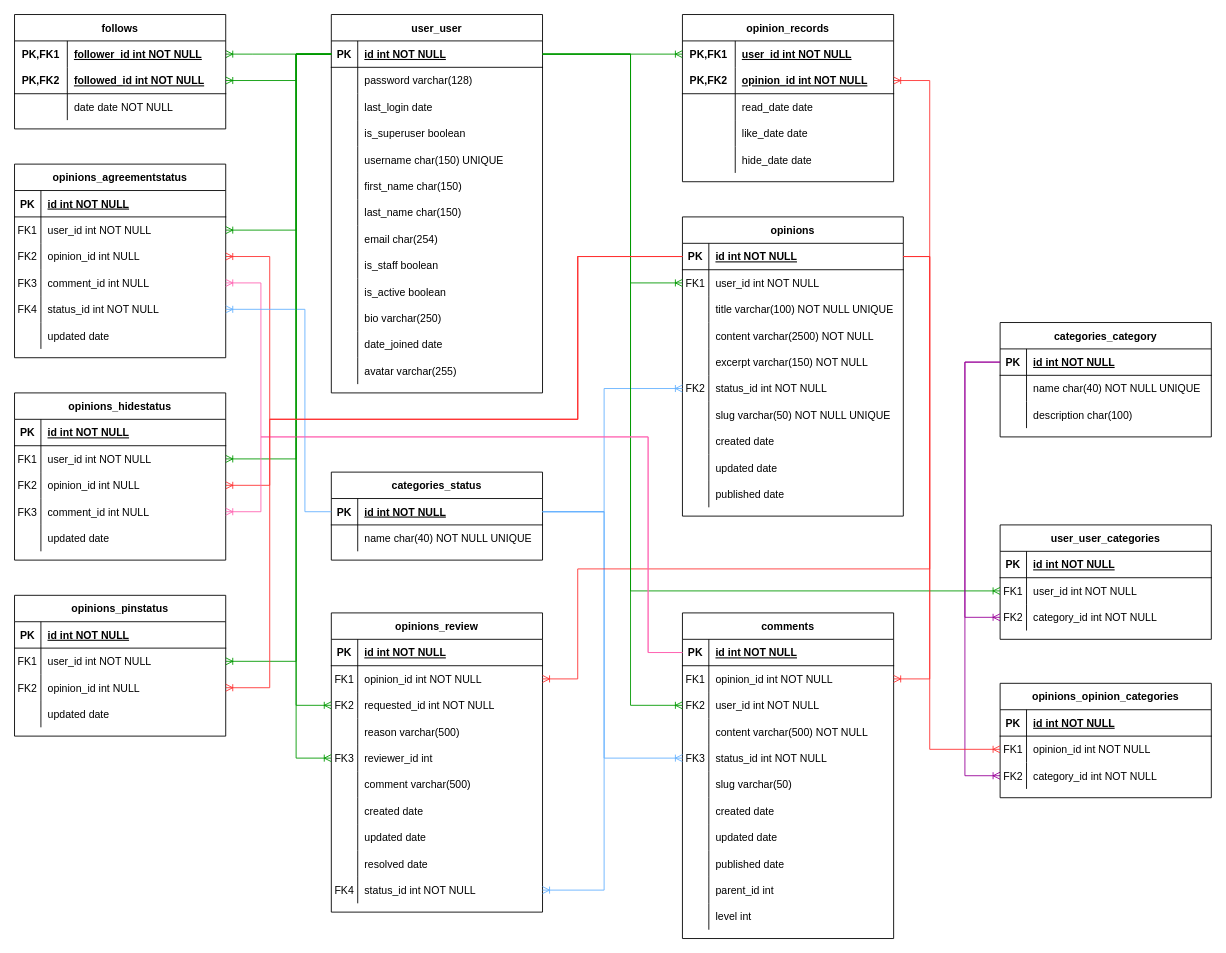
This is page "database-schema" (1 of 14) of doc/design/soapbox.drawio from ibuttimer/soapbox, a draw.io file, before an edit. Source tidied: cells renumbered, new cells numbered last; positions are measured from the earlier drawing's top-left corner, leaving out a move shared by most shapes. Both pictures are drawn from the tidied source at 88%, with x=0, y=0 at pixel (14, 14).
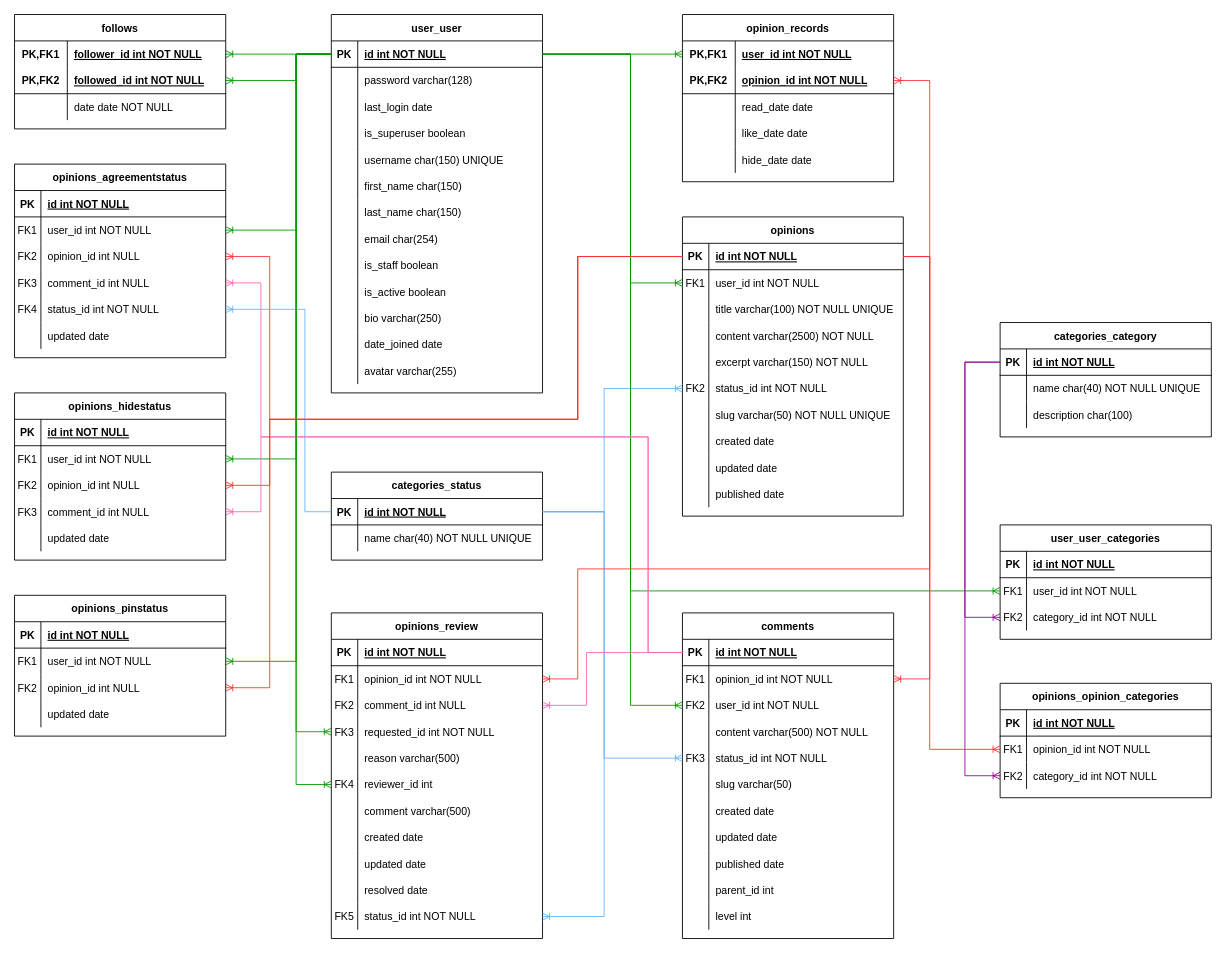
The same diagram, later.

Unchanged cells that the change refers to:
```xml
<mxCell id="44" style="shape=partialRectangle;fillColor=none;points=[[0,0.5],[1,0.5]];portConstraint=eastwest;top=0;left=0;right=0;bottom=1;" parent="43" vertex="1">
  <mxGeometry y="30" width="240" height="30" as="geometry" />
</mxCell>
<mxCell id="124" style="shape=partialRectangle;fillColor=none;points=[[0,0.5],[1,0.5]];portConstraint=eastwest;top=0;left=0;right=0;bottom=1;" parent="123" vertex="1">
  <mxGeometry y="30" width="240" height="30" as="geometry" />
</mxCell>
```

What changed in the source:
```diff
@@
     <mxCell id="160" value="opinions_review" style="shape=table;startSize=30;childLayout=tableLayout;rowLines=0;fontStyle=1;align=center;" parent="1" vertex="1">
-      <mxGeometry x="360" y="680" width="240" height="340" as="geometry" />
+      <mxGeometry x="360" y="680" width="240" height="370" as="geometry" />
     </mxCell>
@@
+    <mxCell id="275" style="shape=partialRectangle;fillColor=none;points=[[0,0.5],[1,0.5]];portConstraint=eastwest;top=0;left=0;right=0;bottom=0;" parent="160" vertex="1">
+      <mxGeometry y="90" width="240" height="30" as="geometry" />
+    </mxCell>
+    <mxCell id="276" value="FK2" style="shape=partialRectangle;overflow=hidden;fillColor=none;top=0;left=0;bottom=0;right=0;" parent="275" vertex="1">
+      <mxGeometry width="30" height="30" as="geometry" />
+    </mxCell>
+    <mxCell id="277" value="comment_id int NULL" style="shape=partialRectangle;overflow=hidden;fillColor=none;top=0;left=0;bottom=0;right=0;align=left;spacingLeft=6;" parent="275" vertex="1">
+      <mxGeometry x="30" width="210" height="30" as="geometry" />
+    </mxCell>
     <mxCell id="167" style="shape=partialRectangle;fillColor=none;points=[[0,0.5],[1,0.5]];portConstraint=eastwest;top=0;left=0;right=0;bottom=0;" parent="160" vertex="1">
-      <mxGeometry y="90" width="240" height="30" as="geometry" />
+      <mxGeometry y="120" width="240" height="30" as="geometry" />
     </mxCell>
-    <mxCell id="168" value="FK2" style="shape=partialRectangle;overflow=hidden;fillColor=none;top=0;left=0;bottom=0;right=0;" parent="167" vertex="1">
+    <mxCell id="168" value="FK3" style="shape=partialRectangle;overflow=hidden;fillColor=none;top=0;left=0;bottom=0;right=0;" parent="167" vertex="1">
       <mxGeometry width="30" height="30" as="geometry" />
     </mxCell>
@@
     <mxCell id="170" style="shape=partialRectangle;fillColor=none;top=0;left=0;right=0;bottom=0;" parent="160" vertex="1">
-      <mxGeometry y="120" width="240" height="30" as="geometry" />
+      <mxGeometry y="150" width="240" height="30" as="geometry" />
     </mxCell>
@@
     <mxCell id="173" style="shape=partialRectangle;fillColor=none;points=[[0,0.5],[1,0.5]];portConstraint=eastwest;top=0;left=0;right=0;bottom=0;" parent="160" vertex="1">
-      <mxGeometry y="150" width="240" height="30" as="geometry" />
+      <mxGeometry y="180" width="240" height="30" as="geometry" />
     </mxCell>
-    <mxCell id="174" value="FK3" style="shape=partialRectangle;overflow=hidden;fillColor=none;top=0;left=0;bottom=0;right=0;" parent="173" vertex="1">
+    <mxCell id="174" value="FK4" style="shape=partialRectangle;overflow=hidden;fillColor=none;top=0;left=0;bottom=0;right=0;" parent="173" vertex="1">
       <mxGeometry width="30" height="30" as="geometry" />
     </mxCell>
@@
     <mxCell id="176" style="shape=partialRectangle;fillColor=none;top=0;left=0;right=0;bottom=0;" parent="160" vertex="1">
-      <mxGeometry y="180" width="240" height="30" as="geometry" />
+      <mxGeometry y="210" width="240" height="30" as="geometry" />
     </mxCell>
@@
     <mxCell id="179" style="shape=partialRectangle;fillColor=none;top=0;left=0;right=0;bottom=0;" parent="160" vertex="1">
-      <mxGeometry y="210" width="240" height="30" as="geometry" />
+      <mxGeometry y="240" width="240" height="30" as="geometry" />
     </mxCell>
@@
     <mxCell id="182" style="shape=partialRectangle;fillColor=none;top=0;left=0;right=0;bottom=0;" parent="160" vertex="1">
-      <mxGeometry y="240" width="240" height="30" as="geometry" />
+      <mxGeometry y="270" width="240" height="30" as="geometry" />
     </mxCell>
@@
     <mxCell id="185" style="shape=partialRectangle;fillColor=none;top=0;left=0;right=0;bottom=0;" parent="160" vertex="1">
-      <mxGeometry y="270" width="240" height="30" as="geometry" />
+      <mxGeometry y="300" width="240" height="30" as="geometry" />
     </mxCell>
@@
     <mxCell id="188" style="shape=partialRectangle;fillColor=none;points=[[0,0.5],[1,0.5]];portConstraint=eastwest;top=0;left=0;right=0;bottom=0;" parent="160" vertex="1">
-      <mxGeometry y="300" width="240" height="30" as="geometry" />
+      <mxGeometry y="330" width="240" height="30" as="geometry" />
     </mxCell>
-    <mxCell id="189" value="FK4" style="shape=partialRectangle;overflow=hidden;fillColor=none;top=0;left=0;bottom=0;right=0;" parent="188" vertex="1">
+    <mxCell id="189" value="FK5" style="shape=partialRectangle;overflow=hidden;fillColor=none;top=0;left=0;bottom=0;right=0;" parent="188" vertex="1">
       <mxGeometry width="30" height="30" as="geometry" />
     </mxCell>
@@
     <mxCell id="192" style="edgeStyle=orthogonalEdgeStyle;fontSize=12;html=1;endArrow=ERoneToMany;rounded=0;entryX=0;entryY=0.5;entryDx=0;entryDy=0;strokeColor=#009900;" parent="1" edge="1" source="44" target="173">
       <mxGeometry relative="1" as="geometry">
         <Array as="points">
           <mxPoint x="320" y="45" />
-          <mxPoint x="320" y="845" />
+          <mxPoint x="320" y="875" />
         </Array>
       </mxGeometry>
     </mxCell>
     <mxCell id="193" style="fontSize=12;html=1;endArrow=ERoneToMany;rounded=0;entryX=0;entryY=0.5;entryDx=0;entryDy=0;edgeStyle=orthogonalEdgeStyle;exitX=0;exitY=0.5;exitDx=0;exitDy=0;strokeColor=#009900;" parent="1" edge="1" source="44" target="167">
       <mxGeometry relative="1" as="geometry">
         <Array as="points">
           <mxPoint x="320" y="45" />
-          <mxPoint x="320" y="785" />
+          <mxPoint x="320" y="815" />
         </Array>
       </mxGeometry>
     </mxCell>
@@
+    <mxCell id="278" style="edgeStyle=orthogonalEdgeStyle;fontSize=12;html=1;endArrow=ERoneToMany;rounded=0;strokeColor=#FF66B3;exitX=0;exitY=0.5;exitDx=0;exitDy=0;entryX=1;entryY=0.5;entryDx=0;entryDy=0;" parent="1" edge="1" source="124" target="275">
+      <mxGeometry relative="1" as="geometry">
+        <Array as="points">
+          <mxPoint x="650" y="725" />
+          <mxPoint x="650" y="785" />
+        </Array>
+      </mxGeometry>
+    </mxCell>
```
